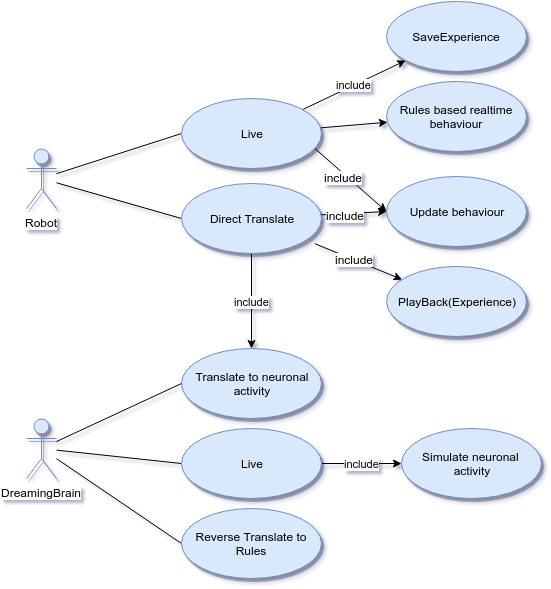
The draw.io diagram doc/HLD_Use_cases.png in research-team/robot-dream, before a commit. Source tidied: cells renumbered, new cells last; positions are measured from the earlier drawing's top-left corner, leaving out a move shared by most shapes.
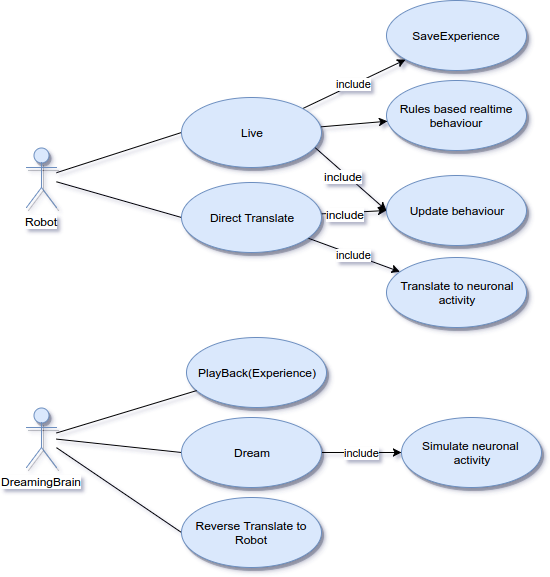
After the commit.

Commit message:
Memristive approach: corrected use case

Change to the diagram source:
```diff
@@ -34,14 +34,6 @@
     <mxCell id="11" value="SaveExperience" style="ellipse;whiteSpace=wrap;html=1;shadow=1;comic=0;fillColor=#dae8fc;strokeColor=#6c8ebf;" parent="1" vertex="1">
       <mxGeometry x="360" width="140" height="70" as="geometry" />
     </mxCell>
-    <mxCell id="12" style="edgeStyle=none;rounded=0;html=1;endArrow=classic;endFill=1;jettySize=auto;" parent="1" edge="1" target="19">
-      <mxGeometry relative="1" as="geometry">
-        <mxPoint x="288.5" y="242.2" as="sourcePoint" />
-      </mxGeometry>
-    </mxCell>
-    <mxCell id="13" value="include" style="text;html=1;align=center;verticalAlign=middle;labelBackgroundColor=#ffffff;" parent="12" vertex="1">
-      <mxGeometry x="-0.12" y="1" relative="1" as="geometry" />
-    </mxCell>
     <mxCell id="14" style="edgeStyle=none;rounded=0;html=1;entryX=0;entryY=0.5;endArrow=classic;endFill=1;jettySize=auto;" parent="1" edge="1" source="17" target="20">
       <mxGeometry relative="1" as="geometry" />
     </mxCell>
@@ -55,37 +47,37 @@
       <mxGeometry x="155" y="182" width="140" height="70" as="geometry" />
     </mxCell>
     <mxCell id="18" value="Translate to neuronal&lt;div&gt;activity&lt;/div&gt;" style="ellipse;whiteSpace=wrap;html=1;shadow=1;comic=0;fillColor=#dae8fc;strokeColor=#6c8ebf;" parent="1" vertex="1">
-      <mxGeometry x="155" y="347" width="140" height="70" as="geometry" />
+      <mxGeometry x="360" y="257" width="140" height="70" as="geometry" />
     </mxCell>
     <mxCell id="19" value="PlayBack(Experience)" style="ellipse;whiteSpace=wrap;html=1;shadow=1;comic=0;fillColor=#dae8fc;strokeColor=#6c8ebf;" parent="1" vertex="1">
-      <mxGeometry x="360" y="265" width="140" height="70" as="geometry" />
+      <mxGeometry x="160" y="337" width="140" height="70" as="geometry" />
     </mxCell>
     <mxCell id="20" value="Update behaviour" style="ellipse;whiteSpace=wrap;html=1;shadow=1;comic=0;fillColor=#dae8fc;strokeColor=#6c8ebf;" parent="1" vertex="1">
       <mxGeometry x="360" y="175" width="140" height="70" as="geometry" />
     </mxCell>
-    <mxCell id="21" style="edgeStyle=none;rounded=0;html=1;entryX=0;entryY=0.5;endArrow=none;endFill=0;jettySize=auto;" parent="1" edge="1" source="24" target="18">
-      <mxGeometry relative="1" as="geometry" />
-    </mxCell>
     <mxCell id="22" style="edgeStyle=none;rounded=0;html=1;entryX=0;entryY=0.5;endArrow=none;endFill=0;jettySize=auto;" parent="1" edge="1" source="24" target="26">
       <mxGeometry relative="1" as="geometry" />
     </mxCell>
     <mxCell id="23" style="edgeStyle=none;rounded=0;html=1;entryX=0;entryY=0.5;endArrow=none;endFill=0;jettySize=auto;" parent="1" edge="1" source="24" target="28">
       <mxGeometry relative="1" as="geometry" />
     </mxCell>
+    <mxCell id="29" style="elbow=vertical;html=1;startArrow=none;startFill=0;endArrow=none;endFill=0;endSize=6;jettySize=auto;strokeColor=#000000;strokeWidth=1;fillColor=#97D077;gradientColor=#97D077;fontSize=13;fontColor=#000000;align=right;" parent="1" edge="1" source="24" target="19">
+      <mxGeometry relative="1" as="geometry" />
+    </mxCell>
     <mxCell id="24" value="DreamingBrain" style="shape=umlActor;verticalLabelPosition=bottom;labelBackgroundColor=#ffffff;verticalAlign=top;html=1;shadow=1;comic=0;fillColor=#dae8fc;strokeColor=#6c8ebf;" parent="1" vertex="1">
-      <mxGeometry y="417" width="30" height="60" as="geometry" />
+      <mxGeometry y="407" width="30" height="60" as="geometry" />
     </mxCell>
     <mxCell id="25" value="include" style="edgeStyle=none;rounded=0;html=1;endArrow=classic;endFill=1;jettySize=auto;" parent="1" edge="1" source="26" target="27">
       <mxGeometry relative="1" as="geometry" />
     </mxCell>
-    <mxCell id="26" value="Live" style="ellipse;whiteSpace=wrap;html=1;shadow=1;comic=0;fillColor=#dae8fc;strokeColor=#6c8ebf;" parent="1" vertex="1">
-      <mxGeometry x="155" y="427" width="140" height="70" as="geometry" />
+    <mxCell id="26" value="Dream" style="ellipse;whiteSpace=wrap;html=1;shadow=1;comic=0;fillColor=#dae8fc;strokeColor=#6c8ebf;" parent="1" vertex="1">
+      <mxGeometry x="155" y="417" width="140" height="70" as="geometry" />
     </mxCell>
     <mxCell id="27" value="Simulate neuronal&amp;nbsp;&lt;div&gt;activity&lt;/div&gt;" style="ellipse;whiteSpace=wrap;html=1;shadow=1;comic=0;fillColor=#dae8fc;strokeColor=#6c8ebf;" parent="1" vertex="1">
-      <mxGeometry x="375" y="427" width="140" height="70" as="geometry" />
+      <mxGeometry x="375" y="417" width="140" height="70" as="geometry" />
     </mxCell>
-    <mxCell id="28" value="Reverse Translate to Rules" style="ellipse;whiteSpace=wrap;html=1;shadow=1;comic=0;fillColor=#dae8fc;strokeColor=#6c8ebf;" parent="1" vertex="1">
-      <mxGeometry x="155" y="507" width="140" height="70" as="geometry" />
+    <mxCell id="28" value="Reverse Translate to Robot" style="ellipse;whiteSpace=wrap;html=1;shadow=1;comic=0;fillColor=#dae8fc;strokeColor=#6c8ebf;" parent="1" vertex="1">
+      <mxGeometry x="155" y="497" width="140" height="70" as="geometry" />
     </mxCell>
   </root>
 </mxGraphModel>
```
